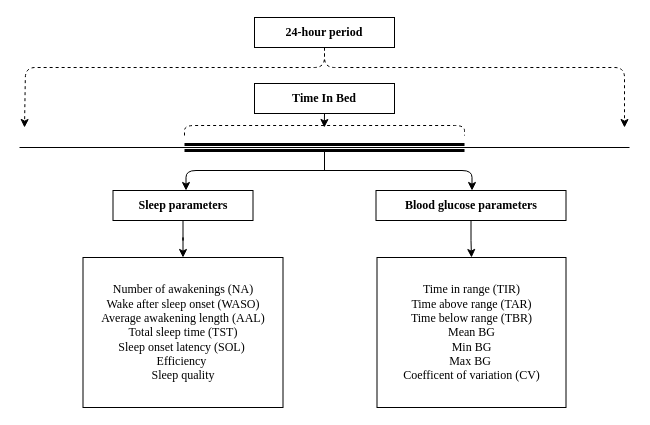
This is Plots/NightDiagram.drawio from laurateilmann/Bachelor, a draw.io file, before an edit. Source tidied: cells renumbered, new cells numbered last; positions are measured from the earlier drawing's top-left corner, leaving out a move shared by most shapes. Both pictures are drawn from the tidied source at 100%, with x=0, y=0 at pixel (19, 17).
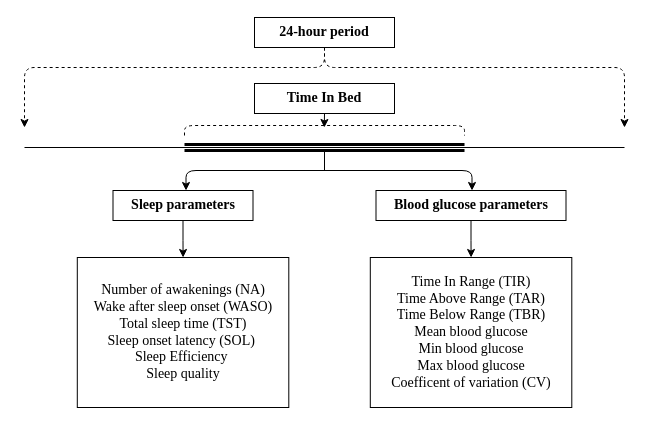
The same page after the edit.

Commit message (it also covers changes not shown here):
draw io diagrams updated

The edit, as a diff of the source:
```diff
@@
-    <mxCell id="2" style="edgeStyle=orthogonalEdgeStyle;rounded=1;jettySize=auto;html=1;exitX=0.5;exitY=1;exitDx=0;exitDy=0;dashed=1;" parent="1" edge="1" source="4">
-      <mxGeometry relative="1" as="geometry">
-        <mxPoint x="5" y="110" as="targetPoint" />
-        <Array as="points">
-          <mxPoint x="305" y="50" />
-          <mxPoint x="6" y="50" />
-          <mxPoint x="6" y="110" />
-        </Array>
-      </mxGeometry>
-    </mxCell>
@@
-    <mxCell id="4" value="24-hour period" style="rounded=0;whiteSpace=wrap;html=1;fontStyle=1;fontFamily=Times New Roman;" parent="1" vertex="1">
+    <mxCell id="4" value="&lt;font style=&quot;font-size: 14px;&quot;&gt;24-hour period&lt;/font&gt;" style="rounded=0;whiteSpace=wrap;html=1;fontStyle=1;fontFamily=Times New Roman;" parent="1" vertex="1">
       <mxGeometry x="235" width="140" height="30" as="geometry" />
     </mxCell>
@@
-    <mxCell id="6" value="Time In Bed" style="rounded=0;whiteSpace=wrap;html=1;fontStyle=1;fontFamily=Times New Roman;" parent="1" vertex="1">
+    <mxCell id="6" value="&lt;font style=&quot;font-size: 14px;&quot;&gt;Time In Bed&lt;/font&gt;" style="rounded=0;whiteSpace=wrap;html=1;fontStyle=1;fontFamily=Times New Roman;" parent="1" vertex="1">
       <mxGeometry x="235" y="66" width="140" height="30" as="geometry" />
     </mxCell>
@@
-    <mxCell id="8" value="Sleep parameters" style="rounded=0;whiteSpace=wrap;html=1;fontStyle=1;fontFamily=Times New Roman;" parent="1" vertex="1">
+    <mxCell id="8" value="&lt;font style=&quot;font-size: 14px;&quot;&gt;Sleep parameters&lt;/font&gt;" style="rounded=0;whiteSpace=wrap;html=1;fontStyle=1;fontFamily=Times New Roman;" parent="1" vertex="1">
       <mxGeometry x="93.5" y="173" width="140" height="30" as="geometry" />
     </mxCell>
@@
-    <mxCell id="10" value="Blood glucose parameters" style="rounded=0;whiteSpace=wrap;html=1;fontStyle=1;fontFamily=Times New Roman;" parent="1" vertex="1">
+    <mxCell id="10" value="&lt;font style=&quot;font-size: 14px;&quot;&gt;Blood glucose parameters&lt;/font&gt;" style="rounded=0;whiteSpace=wrap;html=1;fontStyle=1;fontFamily=Times New Roman;" parent="1" vertex="1">
       <mxGeometry x="356.5" y="173" width="190" height="30" as="geometry" />
     </mxCell>
     <mxCell id="11" style="endArrow=none;html=1;rounded=0;" parent="1" edge="1">
       <mxGeometry relative="1" as="geometry">
-        <mxPoint y="130" as="sourcePoint" />
-        <mxPoint x="610" y="130" as="targetPoint" />
+        <mxPoint x="5" y="130" as="sourcePoint" />
+        <mxPoint x="605" y="130" as="targetPoint" />
       </mxGeometry>
     </mxCell>
@@
-    <mxCell id="13" value="&lt;font face=&quot;Times New Roman&quot;&gt;Number of awakenings (NA)&lt;br&gt;Wake after sleep onset (WASO)&lt;br&gt;Average awakening length (AAL)&lt;br&gt;Total sleep time (TST)&lt;br&gt;Sleep onset latency (SOL)&amp;nbsp;&lt;br&gt;Efficiency&amp;nbsp;&lt;br&gt;Sleep quality&lt;br&gt;&lt;/font&gt;" style="rounded=0;whiteSpace=wrap;html=1;" parent="1" vertex="1">
-      <mxGeometry x="63.5" y="240" width="200" height="150" as="geometry" />
+    <mxCell id="13" value="&lt;font face=&quot;Times New Roman&quot;&gt;&lt;font style=&quot;font-size: 14px;&quot;&gt;Number of awakenings (NA)&lt;br&gt;Wake after sleep onset (WASO)&lt;br&gt;Total sleep time (TST)&lt;br&gt;Sleep onset latency (SOL)&amp;nbsp;&lt;br&gt;Sleep Efficiency&amp;nbsp;&lt;br&gt;Sleep quality&lt;/font&gt;&lt;br&gt;&lt;/font&gt;" style="rounded=0;whiteSpace=wrap;html=1;" parent="1" vertex="1">
+      <mxGeometry x="57.8" y="240" width="211.5" height="150" as="geometry" />
     </mxCell>
-    <mxCell id="14" value="&lt;font face=&quot;Times New Roman&quot;&gt;Time in range (TIR)&lt;br&gt;Time above range (TAR)&lt;br&gt;Time below range (TBR)&lt;br&gt;Mean BG&lt;br&gt;Min BG&lt;br&gt;Max BG&amp;nbsp;&lt;br&gt;Coefficent of variation (CV)&lt;/font&gt;&lt;font face=&quot;Times New Roman&quot;&gt;&lt;br&gt;&lt;/font&gt;" style="rounded=0;whiteSpace=wrap;html=1;" parent="1" vertex="1">
-      <mxGeometry x="357.5" y="240" width="189" height="150" as="geometry" />
+    <mxCell id="14" value="&lt;font style=&quot;font-size: 14px;&quot; face=&quot;Times New Roman&quot;&gt;Time In Range (TIR)&lt;br&gt;Time Above Range (TAR)&lt;br&gt;Time Below Range (TBR)&lt;br&gt;Mean blood glucose&lt;br&gt;Min blood glucose&lt;br&gt;Max blood glucose&lt;br&gt;Coefficent of variation (CV)&lt;/font&gt;&lt;font face=&quot;Times New Roman&quot;&gt;&lt;br&gt;&lt;/font&gt;" style="rounded=0;whiteSpace=wrap;html=1;" parent="1" vertex="1">
+      <mxGeometry x="350.8" y="240" width="201.5" height="150" as="geometry" />
     </mxCell>
@@
+    <mxCell id="19" style="edgeStyle=orthogonalEdgeStyle;rounded=1;jettySize=auto;html=1;exitX=0.5;exitY=1;exitDx=0;exitDy=0;dashed=1;" parent="1" edge="1" source="4">
+      <mxGeometry relative="1" as="geometry">
+        <mxPoint x="5" y="110" as="targetPoint" />
+        <Array as="points">
+          <mxPoint x="305" y="50" />
+          <mxPoint x="5" y="50" />
+          <mxPoint x="5" y="110" />
+        </Array>
+      </mxGeometry>
+    </mxCell>
```
